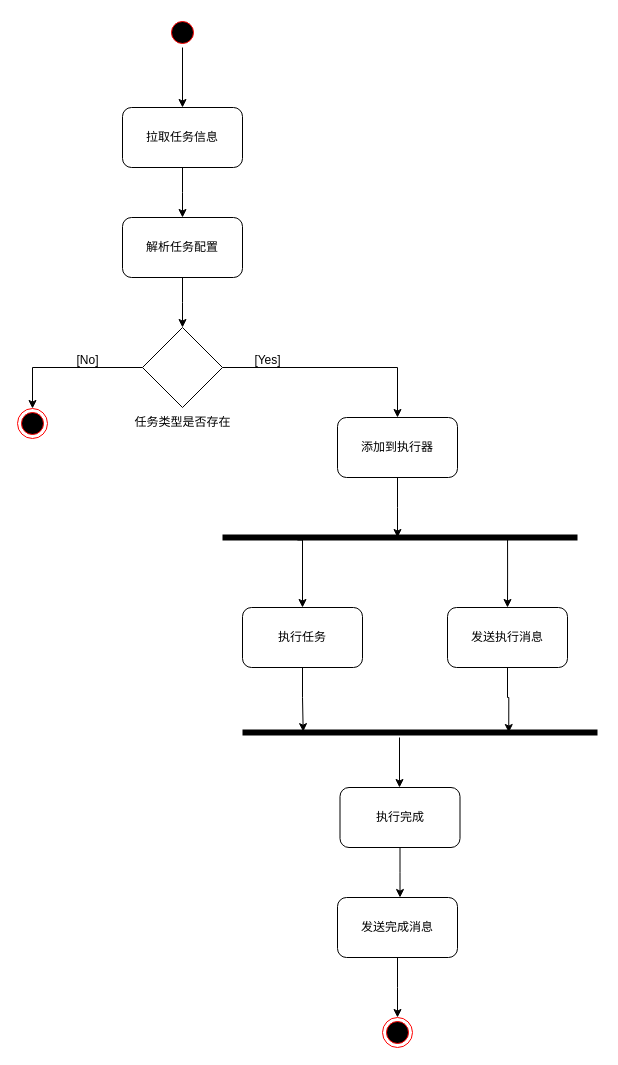
The draw.io diagram 执行模块活动图.drawio in tianshengdiwangK/common, before the edit. Source tidied: cells renumbered, new cells numbered last; positions are measured from the earlier drawing's top-left corner, leaving out a move shared by most shapes. Both pictures are drawn from the tidied source at 100%, with x=0, y=0 at pixel (17, 17).
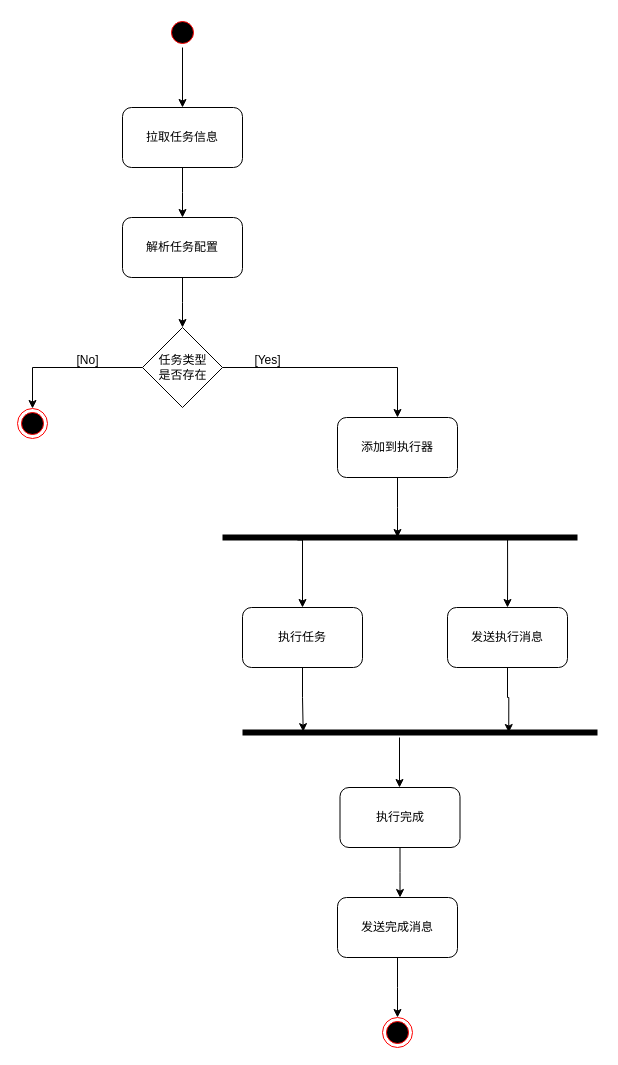
Above is the later version.

Commit message:
更新执行模块活动图.drawio

The edit, as a diff of the source:
```diff
@@
-    <mxCell id="11" value="任务类型是否存在" style="text;html=1;align=center;verticalAlign=middle;strokeColor=none;fillColor=none;" parent="1" vertex="1">
-      <mxGeometry x="105" y="390" width="120" height="30" as="geometry" />
+    <mxCell id="11" value="任务类型&lt;br&gt;是否存在" style="text;html=1;align=center;verticalAlign=middle;strokeColor=none;fillColor=none;" parent="1" vertex="1">
+      <mxGeometry x="130" y="330" width="70" height="40" as="geometry" />
     </mxCell>
```
